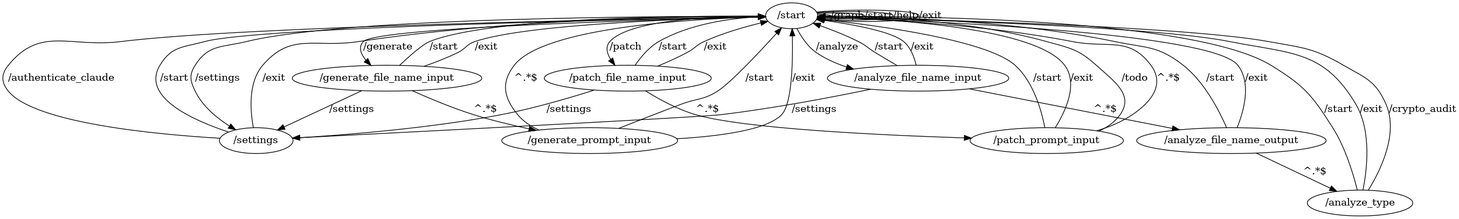
This is flows/morph.png from VasyaLutiy/MorphReborn, a Graphviz export, as it was before one commit. Its source is kept beside it as flows/morph.dot. Its diagram source:
```dot
digraph G {
	"/start" -> "/start" [label="/graph"]
	"/start" -> "/start" [label="/start"]
	"/start" -> "/settings" [label="/settings"]
	"/settings" -> "/start" [label="/exit"]
	"/settings" -> "/start" [label="/authenticate_claude"]
	"/settings" -> "/start" [label="/start"]
	"/start" -> "/start" [label="/help"]
	"/start" -> "/start" [label="/exit"]
	"/start" -> "/generate_file_name_input" [label="/generate"]
	"/generate_file_name_input" -> "/start" [label="/start"]
	"/generate_file_name_input" -> "/start" [label="/exit"]
	"/generate_file_name_input" -> "/settings" [label="/settings"]
	"/generate_file_name_input" -> "/generate_prompt_input" [label="^.*$"]
	"/generate_prompt_input" -> "/start" [label="/start"]
	"/generate_prompt_input" -> "/start" [label="/exit"]
	"/generate_prompt_input" -> "/start" [label="^.*$"]
	"/start" -> "/patch_file_name_input" [label="/patch"]
	"/patch_file_name_input" -> "/start" [label="/start"]
	"/patch_file_name_input" -> "/start" [label="/exit"]
	"/patch_file_name_input" -> "/settings" [label="/settings"]
	"/patch_file_name_input" -> "/patch_prompt_input" [label="^.*$"]
	"/patch_prompt_input" -> "/start" [label="/start"]
	"/patch_prompt_input" -> "/start" [label="/exit"]
	"/patch_prompt_input" -> "/start" [label="/todo"]
	"/patch_prompt_input" -> "/start" [label="^.*$"]
	"/start" -> "/analyze_file_name_input" [label="/analyze"]
	"/analyze_file_name_input" -> "/start" [label="/start"]
	"/analyze_file_name_input" -> "/settings" [label="/settings"]
	"/analyze_file_name_input" -> "/start" [label="/exit"]
	"/analyze_file_name_input" -> "/analyze_file_name_output" [label="^.*$"]
	"/analyze_file_name_output" -> "/start" [label="/start"]
	"/analyze_file_name_output" -> "/start" [label="/exit"]
	"/analyze_file_name_output" -> "/analyze_type" [label="^.*$"]
	"/analyze_type" -> "/start" [label="/start"]
	"/analyze_type" -> "/start" [label="/exit"]
	"/analyze_type" -> "/start" [label="/crypto_audit"]
}
```
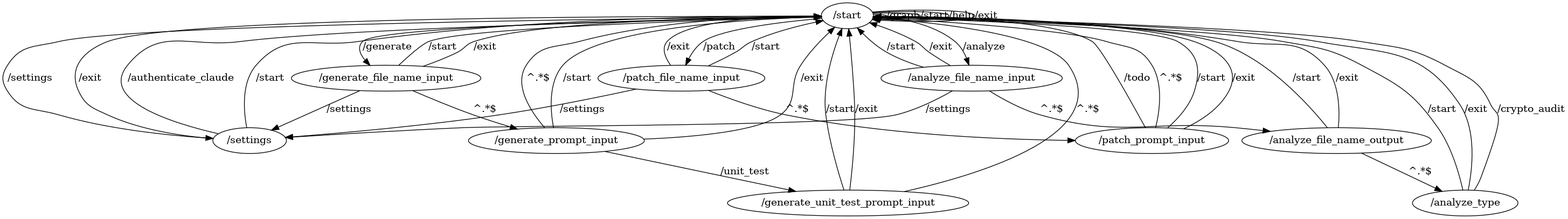
After the change.

Commit message:
- generating unit tests.

The edit, as a diff of the source:
```diff
@@ -14,7 +14,11 @@
 	"/generate_file_name_input" -> "/generate_prompt_input" [label="^.*$"]
 	"/generate_prompt_input" -> "/start" [label="/start"]
 	"/generate_prompt_input" -> "/start" [label="/exit"]
+	"/generate_prompt_input" -> "/generate_unit_test_prompt_input" [label="/unit_test"]
 	"/generate_prompt_input" -> "/start" [label="^.*$"]
+	"/generate_unit_test_prompt_input" -> "/start" [label="/start"]
+	"/generate_unit_test_prompt_input" -> "/start" [label="/exit"]
+	"/generate_unit_test_prompt_input" -> "/start" [label="^.*$"]
 	"/start" -> "/patch_file_name_input" [label="/patch"]
 	"/patch_file_name_input" -> "/start" [label="/start"]
 	"/patch_file_name_input" -> "/start" [label="/exit"]
```
